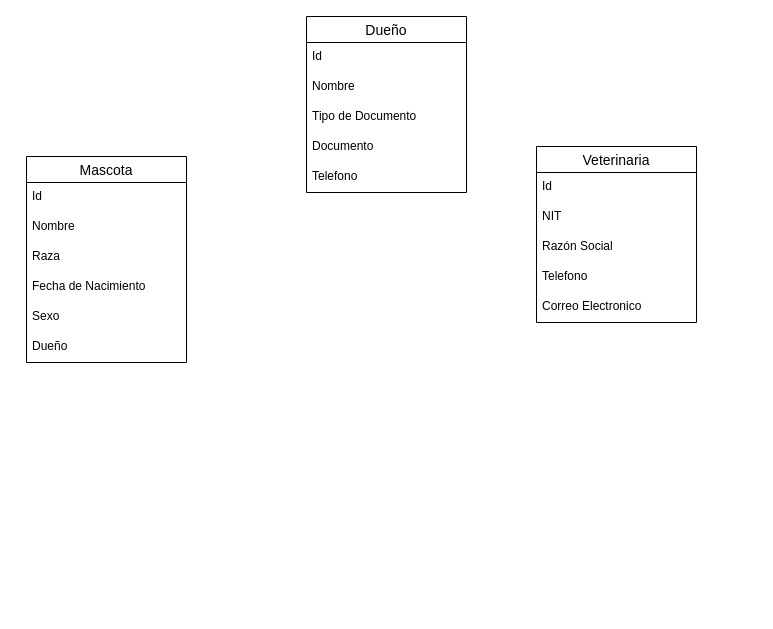
Before: DiagramasDeClasesyOtros/Diagrama Reto Loopback S2.drawio in b0n1ll4ndr3y/RetosyProyectosCicloIV, a draw.io diagram. Source tidied: cells renumbered, new cells numbered last; positions are measured from the earlier drawing's top-left corner, leaving out a move shared by most shapes. Both pictures are drawn from the tidied source at 100%, with x=0, y=0 at pixel (26, 16).
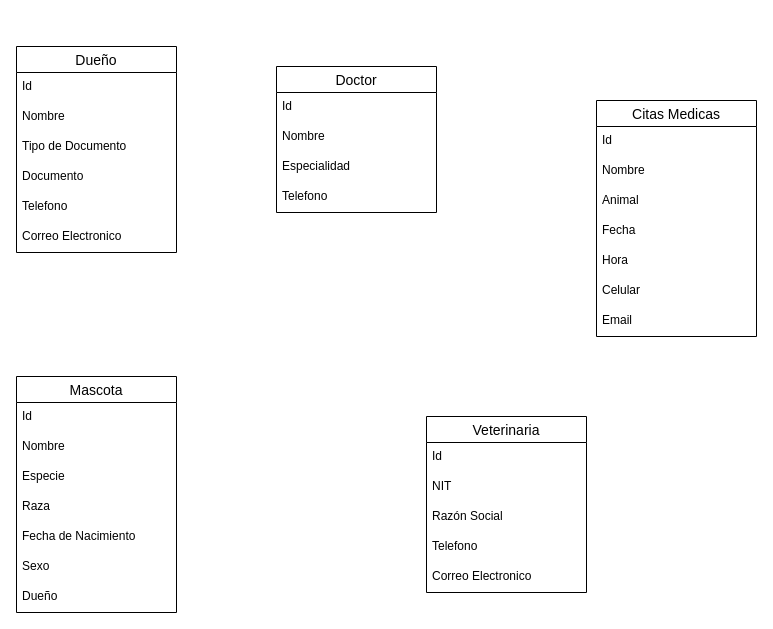
Above is the later version.

What changed in the source:
```diff
@@
     <mxCell id="2" value="Mascota" style="swimlane;fontStyle=0;horizontal=1;startSize=26;align=center;fontSize=14;" parent="1" vertex="1">
-      <mxGeometry y="140" width="160" height="206" as="geometry" />
+      <mxGeometry x="-10" y="360" width="160" height="236" as="geometry" />
     </mxCell>
@@
+    <mxCell id="21" value="Especie" style="text;strokeColor=none;fillColor=none;spacingLeft=4;spacingRight=4;overflow=hidden;fontSize=12;" parent="2" vertex="1">
+      <mxGeometry y="86" width="160" height="30" as="geometry" />
+    </mxCell>
     <mxCell id="5" value="Raza" style="text;strokeColor=none;fillColor=none;spacingLeft=4;spacingRight=4;overflow=hidden;fontSize=12;" parent="2" vertex="1">
-      <mxGeometry y="86" width="160" height="30" as="geometry" />
+      <mxGeometry y="116" width="160" height="30" as="geometry" />
     </mxCell>
     <mxCell id="6" value="Fecha de Nacimiento" style="text;strokeColor=none;fillColor=none;spacingLeft=4;spacingRight=4;overflow=hidden;fontSize=12;" parent="2" vertex="1">
-      <mxGeometry y="116" width="160" height="30" as="geometry" />
+      <mxGeometry y="146" width="160" height="30" as="geometry" />
     </mxCell>
     <mxCell id="7" value="Sexo" style="text;strokeColor=none;fillColor=none;spacingLeft=4;spacingRight=4;overflow=hidden;fontSize=12;" parent="2" vertex="1">
-      <mxGeometry y="146" width="160" height="30" as="geometry" />
+      <mxGeometry y="176" width="160" height="30" as="geometry" />
     </mxCell>
     <mxCell id="8" value="Dueño" style="text;strokeColor=none;fillColor=none;spacingLeft=4;spacingRight=4;overflow=hidden;fontSize=12;" parent="2" vertex="1">
-      <mxGeometry y="176" width="160" height="30" as="geometry" />
+      <mxGeometry y="206" width="160" height="30" as="geometry" />
     </mxCell>
     <mxCell id="9" value="Dueño" style="swimlane;fontStyle=0;horizontal=1;startSize=26;align=center;fontSize=14;" parent="1" vertex="1">
-      <mxGeometry x="280" width="160" height="176" as="geometry" />
+      <mxGeometry x="-10" y="30" width="160" height="206" as="geometry" />
     </mxCell>
@@
+    <mxCell id="22" value="Correo Electronico" style="text;strokeColor=none;fillColor=none;spacingLeft=4;spacingRight=4;overflow=hidden;fontSize=12;" parent="9" vertex="1">
+      <mxGeometry y="176" width="160" height="30" as="geometry" />
+    </mxCell>
     <mxCell id="15" value="Veterinaria" style="swimlane;fontStyle=0;horizontal=1;startSize=26;align=center;fontSize=14;" parent="1" vertex="1">
-      <mxGeometry x="510" y="130" width="160" height="176" as="geometry" />
+      <mxGeometry x="400" y="400" width="160" height="176" as="geometry" />
     </mxCell>
@@
+    <mxCell id="23" value="Doctor" style="swimlane;fontStyle=0;horizontal=1;startSize=26;align=center;fontSize=14;" parent="1" vertex="1">
+      <mxGeometry x="250" y="50" width="160" height="146" as="geometry" />
+    </mxCell>
+    <mxCell id="24" value="Id" style="text;strokeColor=none;fillColor=none;spacingLeft=4;spacingRight=4;overflow=hidden;fontSize=12;" parent="23" vertex="1">
+      <mxGeometry y="26" width="160" height="30" as="geometry" />
+    </mxCell>
+    <mxCell id="25" value="Nombre" style="text;strokeColor=none;fillColor=none;spacingLeft=4;spacingRight=4;overflow=hidden;fontSize=12;" parent="23" vertex="1">
+      <mxGeometry y="56" width="160" height="30" as="geometry" />
+    </mxCell>
+    <mxCell id="26" value="Especialidad" style="text;strokeColor=none;fillColor=none;spacingLeft=4;spacingRight=4;overflow=hidden;fontSize=12;" parent="23" vertex="1">
+      <mxGeometry y="86" width="160" height="30" as="geometry" />
+    </mxCell>
+    <mxCell id="27" value="Telefono" style="text;strokeColor=none;fillColor=none;spacingLeft=4;spacingRight=4;overflow=hidden;fontSize=12;" parent="23" vertex="1">
+      <mxGeometry y="116" width="160" height="30" as="geometry" />
+    </mxCell>
+    <mxCell id="28" value="Citas Medicas" style="swimlane;fontStyle=0;horizontal=1;startSize=26;align=center;fontSize=14;" parent="1" vertex="1">
+      <mxGeometry x="570" y="84" width="160" height="236" as="geometry" />
+    </mxCell>
+    <mxCell id="29" value="Id" style="text;strokeColor=none;fillColor=none;spacingLeft=4;spacingRight=4;overflow=hidden;fontSize=12;" parent="28" vertex="1">
+      <mxGeometry y="26" width="160" height="30" as="geometry" />
+    </mxCell>
+    <mxCell id="30" value="Nombre" style="text;strokeColor=none;fillColor=none;spacingLeft=4;spacingRight=4;overflow=hidden;fontSize=12;" parent="28" vertex="1">
+      <mxGeometry y="56" width="160" height="30" as="geometry" />
+    </mxCell>
+    <mxCell id="31" value="Animal" style="text;strokeColor=none;fillColor=none;spacingLeft=4;spacingRight=4;overflow=hidden;fontSize=12;" parent="28" vertex="1">
+      <mxGeometry y="86" width="160" height="30" as="geometry" />
+    </mxCell>
+    <mxCell id="32" value="Fecha" style="text;strokeColor=none;fillColor=none;spacingLeft=4;spacingRight=4;overflow=hidden;fontSize=12;" parent="28" vertex="1">
+      <mxGeometry y="116" width="160" height="30" as="geometry" />
+    </mxCell>
+    <mxCell id="33" value="Hora" style="text;strokeColor=none;fillColor=none;spacingLeft=4;spacingRight=4;overflow=hidden;fontSize=12;" parent="28" vertex="1">
+      <mxGeometry y="146" width="160" height="30" as="geometry" />
+    </mxCell>
+    <mxCell id="34" value="Celular" style="text;strokeColor=none;fillColor=none;spacingLeft=4;spacingRight=4;overflow=hidden;fontSize=12;" parent="28" vertex="1">
+      <mxGeometry y="176" width="160" height="30" as="geometry" />
+    </mxCell>
+    <mxCell id="35" value="Email" style="text;strokeColor=none;fillColor=none;spacingLeft=4;spacingRight=4;overflow=hidden;fontSize=12;" parent="28" vertex="1">
+      <mxGeometry y="206" width="160" height="30" as="geometry" />
+    </mxCell>
```
